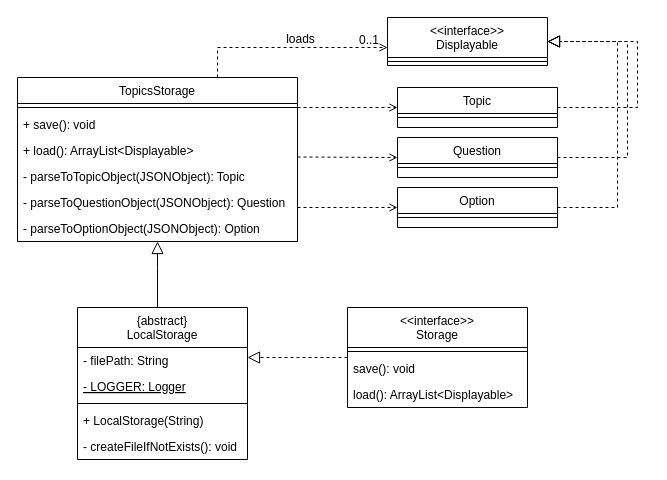
The draw.io diagram docs/diagrams/TopicsStorage.drawio in nus-cs2113-AY2021S1/tp, before the edit. Source tidied: cells renumbered, new cells numbered last; positions are measured from the earlier drawing's top-left corner, leaving out a move shared by most shapes. Both pictures are drawn from the tidied source at 100%, with x=0, y=0 at pixel (17, 17).
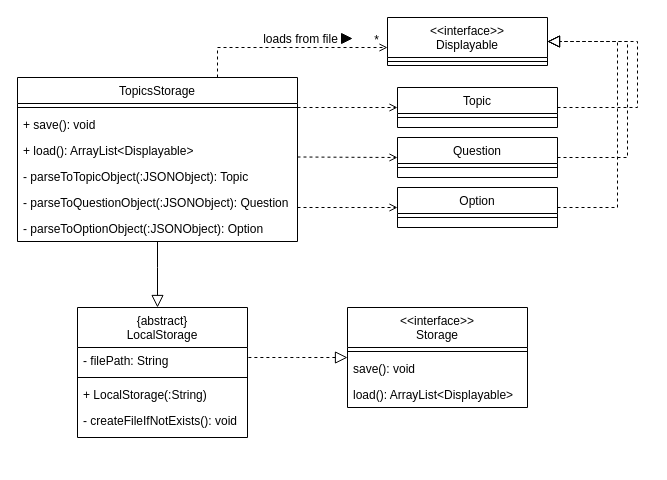
The same diagram, later.

Unchanged cells that the change refers to:
```xml
<mxCell id="7" style="endArrow=open;shadow=0;strokeWidth=1;rounded=0;endFill=1;edgeStyle=elbowEdgeStyle;elbow=vertical;dashed=1;" parent="1" edge="1" source="10" target="33">
  <mxGeometry x="0.5" y="41" relative="1" as="geometry">
    <Array as="points">
      <mxPoint x="200" y="30" />
    </Array>
    <mxPoint x="-40" y="32" as="offset" />
  </mxGeometry>
</mxCell>
<mxCell id="10" value="TopicsStorage" style="swimlane;fontStyle=0;align=center;verticalAlign=top;horizontal=1;startSize=26;rounded=0;shadow=0;strokeWidth=1;" parent="1" vertex="1">
  <mxGeometry y="60" width="280" height="164" as="geometry" />
</mxCell>
<mxCell id="29" value="&lt;&lt;interface&gt;&gt;&#10;Storage" style="swimlane;fontStyle=0;align=center;verticalAlign=top;horizontal=1;startSize=40;rounded=0;shadow=0;strokeWidth=1;" parent="1" vertex="1">
  <mxGeometry x="330" y="290" width="180" height="100" as="geometry" />
</mxCell>
```

Change to the diagram source:
```diff
@@
-    <mxCell id="2" style="endArrow=block;endSize=10;endFill=0;shadow=0;strokeWidth=1;rounded=0;edgeStyle=elbowEdgeStyle;elbow=vertical;dashed=1;" parent="1" edge="1" source="29" target="23">
+    <mxCell id="2" style="endArrow=none;endSize=10;endFill=0;shadow=0;strokeWidth=1;rounded=0;edgeStyle=elbowEdgeStyle;elbow=vertical;dashed=1;startArrow=block;startFill=0;startSize=10;" parent="1" edge="1" source="29" target="23">
       <mxGeometry relative="1" as="geometry" />
     </mxCell>
-    <mxCell id="3" style="endArrow=block;endSize=10;endFill=0;shadow=0;strokeWidth=1;rounded=0;edgeStyle=elbowEdgeStyle;elbow=vertical;" parent="1" edge="1" source="23" target="10">
+    <mxCell id="3" style="endArrow=none;endSize=10;endFill=0;shadow=0;strokeWidth=1;rounded=0;edgeStyle=elbowEdgeStyle;elbow=vertical;startArrow=block;startFill=0;startSize=10;" parent="1" edge="1" source="23" target="10">
       <mxGeometry relative="1" as="geometry">
         <Array as="points">
           <mxPoint x="140" y="250" />
           <mxPoint x="170" y="240" />
         </Array>
       </mxGeometry>
     </mxCell>
@@
-    <mxCell id="8" value="0..1" style="align=right;verticalAlign=bottom;labelBackgroundColor=none;fontSize=12;" parent="7" vertex="1">
+    <mxCell id="8" value="*" style="align=right;verticalAlign=bottom;labelBackgroundColor=none;fontSize=12;" parent="7" vertex="1">
       <mxGeometry x="1" relative="1" as="geometry">
         <mxPoint x="-7" y="1" as="offset" />
       </mxGeometry>
     </mxCell>
-    <mxCell id="9" value="loads" style="text;html=1;align=center;verticalAlign=middle;labelBackgroundColor=none;rounded=0;shadow=0;strokeWidth=1;fontSize=12;" parent="7" vertex="1">
+    <mxCell id="9" value="loads from file" style="text;html=1;align=center;verticalAlign=middle;labelBackgroundColor=none;rounded=0;shadow=0;strokeWidth=1;fontSize=12;" parent="7" vertex="1">
       <mxGeometry x="0.5" y="49" relative="1" as="geometry">
         <mxPoint x="-38" y="40" as="offset" />
       </mxGeometry>
     </mxCell>
@@
-    <mxCell id="14" value="- parseToTopicObject(JSONObject): Topic" style="text;align=left;verticalAlign=top;spacingLeft=4;spacingRight=4;overflow=hidden;" parent="10" vertex="1">
+    <mxCell id="14" value="- parseToTopicObject(:JSONObject): Topic" style="text;align=left;verticalAlign=top;spacingLeft=4;spacingRight=4;overflow=hidden;" parent="10" vertex="1">
       <mxGeometry y="86" width="280" height="26" as="geometry" />
     </mxCell>
-    <mxCell id="15" value="- parseToQuestionObject(JSONObject): Question" style="text;align=left;verticalAlign=top;spacingLeft=4;spacingRight=4;overflow=hidden;" parent="10" vertex="1">
+    <mxCell id="15" value="- parseToQuestionObject(:JSONObject): Question" style="text;align=left;verticalAlign=top;spacingLeft=4;spacingRight=4;overflow=hidden;" parent="10" vertex="1">
       <mxGeometry y="112" width="280" height="26" as="geometry" />
     </mxCell>
-    <mxCell id="16" value="- parseToOptionObject(JSONObject): Option" style="text;align=left;verticalAlign=top;spacingLeft=4;spacingRight=4;overflow=hidden;" parent="10" vertex="1">
+    <mxCell id="16" value="- parseToOptionObject(:JSONObject): Option" style="text;align=left;verticalAlign=top;spacingLeft=4;spacingRight=4;overflow=hidden;" parent="10" vertex="1">
       <mxGeometry y="138" width="280" height="26" as="geometry" />
     </mxCell>
@@
     <mxCell id="23" value="{abstract}&#10;LocalStorage" style="swimlane;fontStyle=0;align=center;verticalAlign=top;horizontal=1;startSize=40;rounded=0;shadow=0;strokeWidth=1;" parent="1" vertex="1">
-      <mxGeometry x="60" y="290" width="170" height="152" as="geometry" />
+      <mxGeometry x="60" y="290" width="170" height="130" as="geometry" />
     </mxCell>
@@
-    <mxCell id="25" value="- LOGGER: Logger" style="text;align=left;verticalAlign=top;spacingLeft=4;spacingRight=4;overflow=hidden;fontStyle=4;" parent="23" vertex="1">
-      <mxGeometry y="66" width="170" height="26" as="geometry" />
-    </mxCell>
     <mxCell id="26" style="line;html=1;strokeWidth=1;align=left;verticalAlign=middle;spacingTop=-1;spacingLeft=3;spacingRight=3;labelPosition=right;" parent="23" vertex="1">
-      <mxGeometry y="92" width="170" height="8" as="geometry" />
+      <mxGeometry y="66" width="170" height="8" as="geometry" />
     </mxCell>
-    <mxCell id="27" value="+ LocalStorage(String)" style="text;align=left;verticalAlign=top;spacingLeft=4;spacingRight=4;overflow=hidden;fontStyle=0;" parent="23" vertex="1">
-      <mxGeometry y="100" width="170" height="26" as="geometry" />
+    <mxCell id="27" value="+ LocalStorage(:String)" style="text;align=left;verticalAlign=top;spacingLeft=4;spacingRight=4;overflow=hidden;fontStyle=0;" parent="23" vertex="1">
+      <mxGeometry y="74" width="170" height="26" as="geometry" />
     </mxCell>
     <mxCell id="28" value="- createFileIfNotExists(): void" style="text;align=left;verticalAlign=top;spacingLeft=4;spacingRight=4;overflow=hidden;fontStyle=0;" parent="23" vertex="1">
-      <mxGeometry y="126" width="170" height="26" as="geometry" />
+      <mxGeometry y="100" width="170" height="26" as="geometry" />
     </mxCell>
@@
+    <mxCell id="38" style="triangle;whiteSpace=wrap;html=1;fillColor=#030303;" parent="1" vertex="1">
+      <mxGeometry x="324" y="16" width="10" height="10" as="geometry" />
+    </mxCell>
```
